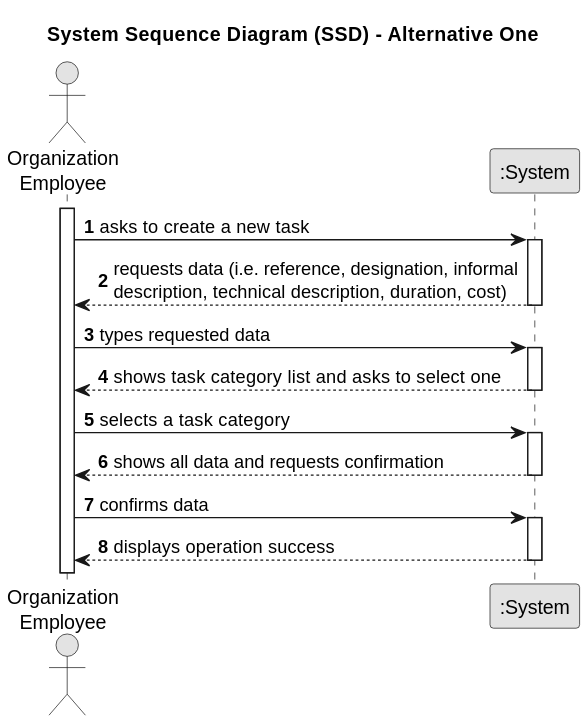
ricardomm7/leaflink keeps this PlantUML diagram as docs/sprintB/us009/01.requirements-engineering/svg/us009-system-sequence-diagram-alternative-one.svg. Above is the earlier version. Source of this version:
```plantuml
@startuml
skinparam monochrome true
skinparam packageStyle rectangle
skinparam shadowing false

title System Sequence Diagram (SSD) - Alternative One

autonumber

actor "Organization\nEmployee" as Employee
participant ":System" as System

activate Employee

    Employee -> System : asks to create a new task
    activate System

        System --> Employee : requests data (i.e. reference, designation, informal\ndescription, technical description, duration, cost)
    deactivate System

    Employee -> System : types requested data
    activate System

        System --> Employee : shows task category list and asks to select one
    deactivate System

    Employee -> System : selects a task category
    activate System

        System --> Employee : shows all data and requests confirmation
    deactivate System

    Employee -> System : confirms data
    activate System

        System --> Employee : displays operation success
    deactivate System
@enduml
```
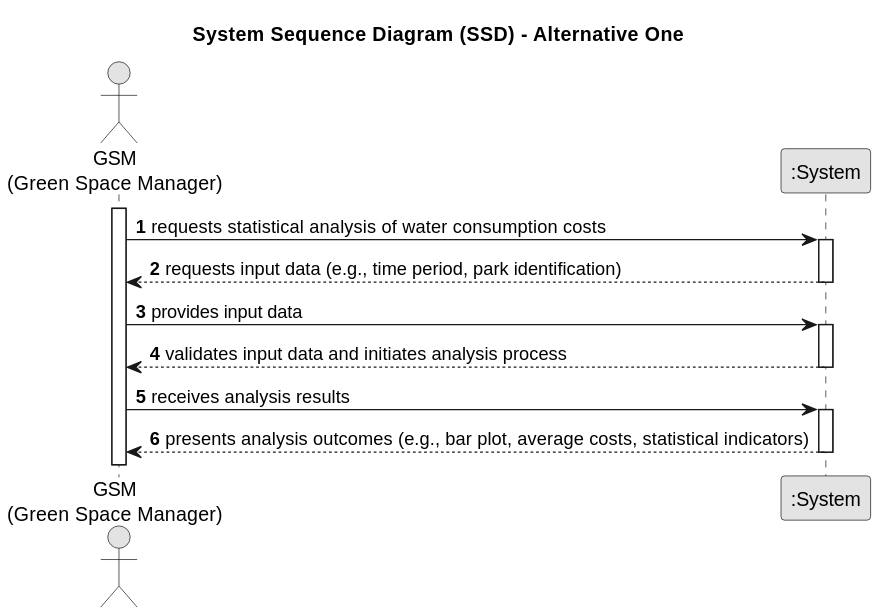
Later version of the same file.

Diff of the diagram source:
```diff
@@ -7,32 +7,26 @@
 
 autonumber
 
-actor "Organization\nEmployee" as Employee
+actor "GSM\n(Green Space Manager)" as GSM
 participant ":System" as System
 
-activate Employee
+activate GSM
 
-    Employee -> System : asks to create a new task
+    GSM -> System : requests statistical analysis of water consumption costs
     activate System
 
-        System --> Employee : requests data (i.e. reference, designation, informal\ndescription, technical description, duration, cost)
+        System --> GSM : requests input data (e.g., time period, park identification)
     deactivate System
 
-    Employee -> System : types requested data
+    GSM -> System : provides input data
     activate System
 
-        System --> Employee : shows task category list and asks to select one
+        System --> GSM : validates input data and initiates analysis process
     deactivate System
 
-    Employee -> System : selects a task category
+    GSM -> System : receives analysis results
     activate System
 
-        System --> Employee : shows all data and requests confirmation
-    deactivate System
-
-    Employee -> System : confirms data
-    activate System
-
-        System --> Employee : displays operation success
+        System --> GSM : presents analysis outcomes (e.g., bar plot, average costs, statistical indicators)
     deactivate System
 @enduml
```
